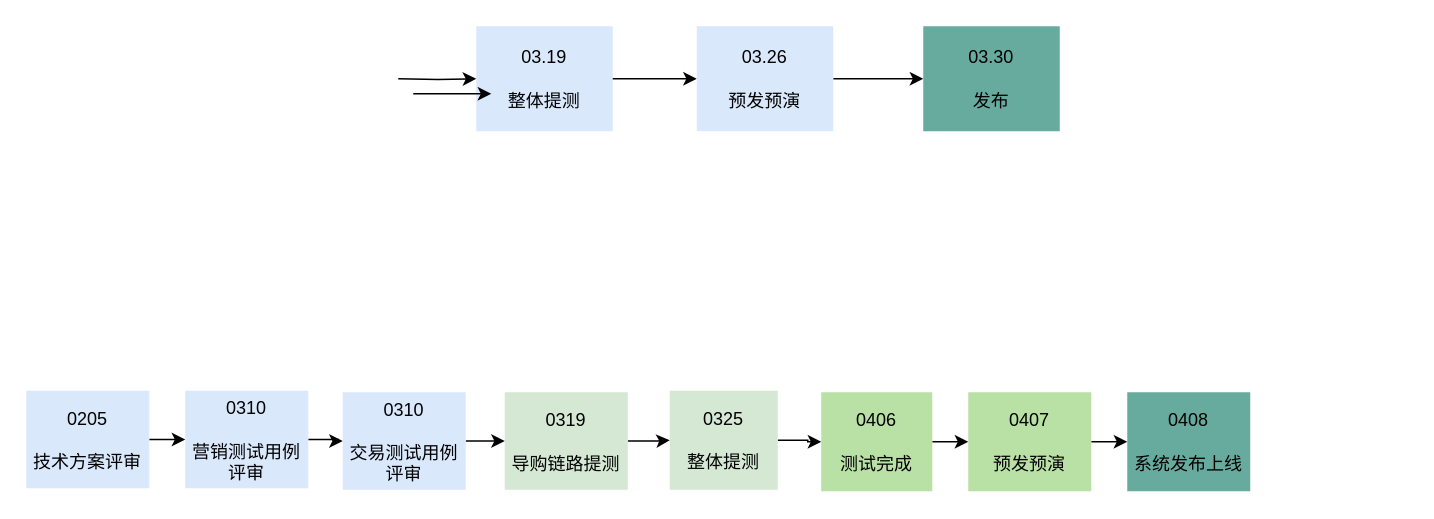
Before: page "接送机排期" (4 of 13) of 会员成长平台.drawio in renqiuming/drawio, a draw.io diagram. Source tidied: cells renumbered, new cells numbered last; positions are measured from the earlier drawing's top-left corner, leaving out a move shared by most shapes. Both pictures are drawn from the tidied source at 150%, with x=0, y=0 at pixel (26, 26).
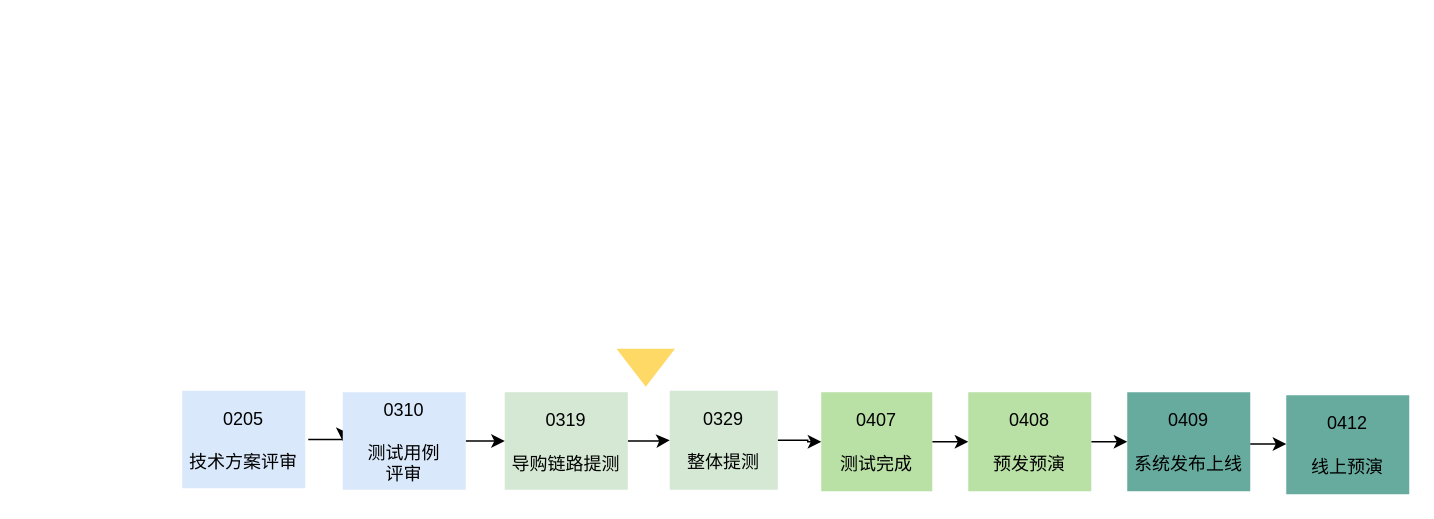
After the change.

Commit message:
更新会员成长平台.drawio

What changed in the source:
```diff
@@
-    <mxCell id="3" value="0325&lt;br&gt;&lt;br&gt;整体提测&lt;br&gt;" style="rounded=0;whiteSpace=wrap;html=1;fillColor=#D5E8D4;strokeColor=none;" parent="1" vertex="1">
+    <mxCell id="3" value="0329&lt;br&gt;&lt;br&gt;整体提测" style="rounded=0;whiteSpace=wrap;html=1;fillColor=#D5E8D4;strokeColor=none;" parent="1" vertex="1">
       <mxGeometry x="429" y="243" width="72" height="66" as="geometry" />
     </mxCell>
-    <mxCell id="4" value="03.19&lt;br&gt;&lt;br&gt;整体提测" style="rounded=0;whiteSpace=wrap;html=1;fillColor=#dae8fc;strokeColor=none;" parent="1" vertex="1">
-      <mxGeometry x="300" width="91" height="70" as="geometry" />
-    </mxCell>
-    <mxCell id="5" style="edgeStyle=orthogonalEdgeStyle;rounded=0;jettySize=auto;html=1;entryX=0;entryY=0.5;entryDx=0;entryDy=0;exitX=1;exitY=0.5;exitDx=0;exitDy=0;" parent="1" edge="1" source="4" target="8">
-      <mxGeometry relative="1" as="geometry" />
-    </mxCell>
-    <mxCell id="6" style="edgeStyle=orthogonalEdgeStyle;rounded=0;jettySize=auto;html=1;exitX=1;exitY=0.5;exitDx=0;exitDy=0;entryX=0;entryY=0.5;entryDx=0;entryDy=0;" parent="1" edge="1" target="4">
-      <mxGeometry relative="1" as="geometry">
-        <mxPoint x="248" y="35" as="sourcePoint" />
-      </mxGeometry>
-    </mxCell>
-    <mxCell id="7" style="edgeStyle=orthogonalEdgeStyle;rounded=0;jettySize=auto;html=1;" parent="1" edge="1" source="8" target="9">
-      <mxGeometry relative="1" as="geometry" />
-    </mxCell>
-    <mxCell id="8" value="03.26&lt;br&gt;&lt;br&gt;预发预演" style="rounded=0;whiteSpace=wrap;html=1;fillColor=#dae8fc;strokeColor=none;" parent="1" vertex="1">
-      <mxGeometry x="447" width="91" height="70" as="geometry" />
-    </mxCell>
-    <mxCell id="9" value="03.30&lt;br&gt;&lt;br&gt;发布" style="rounded=0;whiteSpace=wrap;html=1;fillColor=#67AB9F;strokeColor=none;" parent="1" vertex="1">
-      <mxGeometry x="598" width="91" height="70" as="geometry" />
-    </mxCell>
-    <mxCell id="10" style="edgeStyle=orthogonalEdgeStyle;rounded=0;jettySize=auto;html=1;" parent="1" edge="1" source="11" target="15">
-      <mxGeometry relative="1" as="geometry" />
-    </mxCell>
     <mxCell id="11" value="0205&lt;br&gt;&lt;br&gt;技术方案评审&lt;br&gt;" style="rounded=0;whiteSpace=wrap;html=1;fillColor=#dae8fc;strokeColor=none;" parent="1" vertex="1">
-      <mxGeometry y="243" width="82" height="65" as="geometry" />
+      <mxGeometry x="104" y="243" width="82" height="65" as="geometry" />
     </mxCell>
@@
-    <mxCell id="14" style="edgeStyle=orthogonalEdgeStyle;rounded=0;jettySize=auto;html=1;entryX=0;entryY=0.5;entryDx=0;entryDy=0;" parent="1" edge="1" source="15" target="17">
-      <mxGeometry relative="1" as="geometry" />
+    <mxCell id="14" style="edgeStyle=orthogonalEdgeStyle;rounded=0;jettySize=auto;html=1;entryX=0;entryY=0.5;entryDx=0;entryDy=0;" parent="1" edge="1" target="17">
+      <mxGeometry relative="1" as="geometry">
+        <mxPoint x="188" y="275.5" as="sourcePoint" />
+      </mxGeometry>
     </mxCell>
-    <mxCell id="15" value="0310&lt;br&gt;&lt;br&gt;营销测试用例评审" style="rounded=0;whiteSpace=wrap;html=1;fillColor=#dae8fc;strokeColor=none;" parent="1" vertex="1">
-      <mxGeometry x="106" y="243" width="82" height="65" as="geometry" />
-    </mxCell>
@@
-    <mxCell id="17" value="0310&lt;br&gt;&lt;br&gt;交易测试用例&lt;br&gt;评审" style="rounded=0;whiteSpace=wrap;html=1;fillColor=#dae8fc;strokeColor=none;" parent="1" vertex="1">
+    <mxCell id="17" value="0310&lt;br&gt;&lt;br&gt;测试用例&lt;br&gt;评审" style="rounded=0;whiteSpace=wrap;html=1;fillColor=#dae8fc;strokeColor=none;" parent="1" vertex="1">
       <mxGeometry x="211" y="244" width="82" height="65" as="geometry" />
     </mxCell>
@@
-    <mxCell id="19" value="0406&lt;br&gt;&lt;br&gt;测试完成&lt;br&gt;" style="rounded=0;whiteSpace=wrap;html=1;fillColor=#B9E0A5;strokeColor=none;" parent="1" vertex="1">
+    <mxCell id="19" value="0407&lt;br&gt;&lt;br&gt;测试完成" style="rounded=0;whiteSpace=wrap;html=1;fillColor=#B9E0A5;strokeColor=none;" parent="1" vertex="1">
       <mxGeometry x="530" y="244" width="74" height="66" as="geometry" />
     </mxCell>
-    <mxCell id="20" value="0408&lt;br&gt;&lt;br&gt;系统发布上线&lt;br&gt;" style="rounded=0;whiteSpace=wrap;html=1;fillColor=#67AB9F;strokeColor=none;" parent="1" vertex="1">
+    <mxCell id="20" value="0409&lt;br&gt;&lt;br&gt;系统发布上线" style="rounded=0;whiteSpace=wrap;html=1;fillColor=#67AB9F;strokeColor=none;" parent="1" vertex="1">
       <mxGeometry x="734" y="244" width="82" height="66" as="geometry" />
     </mxCell>
-    <mxCell id="21" style="edgeStyle=orthogonalEdgeStyle;rounded=0;orthogonalLoop=1;jettySize=auto;html=1;exitX=1;exitY=0.5;exitDx=0;exitDy=0;entryX=0;entryY=0.5;entryDx=0;entryDy=0;" parent="1" edge="1">
-      <mxGeometry relative="1" as="geometry">
-        <mxPoint x="258" y="45" as="sourcePoint" />
-        <mxPoint x="310" y="45" as="targetPoint" />
-      </mxGeometry>
-    </mxCell>
@@
-    <mxCell id="23" value="0407&lt;br&gt;&lt;br&gt;预发预演&lt;br&gt;" style="rounded=0;whiteSpace=wrap;html=1;fillColor=#B9E0A5;strokeColor=none;" parent="1" vertex="1">
+    <mxCell id="23" value="0408&lt;br&gt;&lt;br&gt;预发预演" style="rounded=0;whiteSpace=wrap;html=1;fillColor=#B9E0A5;strokeColor=none;" parent="1" vertex="1">
       <mxGeometry x="628" y="244" width="82" height="66" as="geometry" />
     </mxCell>
+    <mxCell id="24" value="0412&lt;br&gt;&lt;br&gt;线上预演" style="rounded=0;whiteSpace=wrap;html=1;fillColor=#67AB9F;strokeColor=none;" parent="1" vertex="1">
+      <mxGeometry x="840" y="246" width="82" height="66" as="geometry" />
+    </mxCell>
+    <mxCell id="25" style="edgeStyle=orthogonalEdgeStyle;rounded=0;orthogonalLoop=1;jettySize=auto;html=1;entryX=0;entryY=0.5;entryDx=0;entryDy=0;" parent="1" edge="1">
+      <mxGeometry relative="1" as="geometry">
+        <mxPoint x="816" y="278.5" as="sourcePoint" />
+        <mxPoint x="840" y="278.5" as="targetPoint" />
+      </mxGeometry>
+    </mxCell>
+    <mxCell id="26" style="triangle;whiteSpace=wrap;html=1;rotation=90;shadow=0;strokeColor=#FFD966;fillColor=#FFD966;" parent="1" vertex="1">
+      <mxGeometry x="401" y="209" width="24" height="37" as="geometry" />
+    </mxCell>
```
